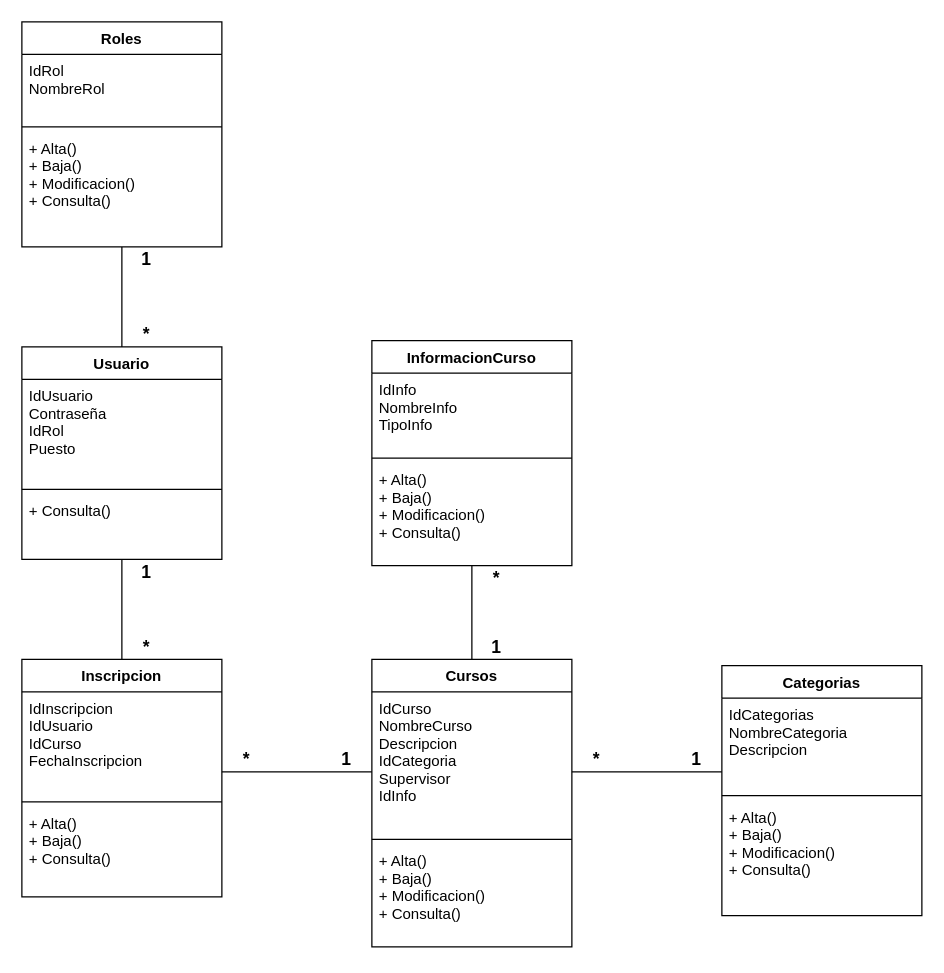
The draw.io diagram Unidad_2/C1.4_UML_Clases.drawio in GustavoValadez/An-lisis-Avanzado-Software, before the edit. Source tidied: cells renumbered, new cells numbered last; positions are measured from the earlier drawing's top-left corner, leaving out a move shared by most shapes. Both pictures are drawn from the tidied source at 125%, with x=0, y=0 at pixel (21, 21).
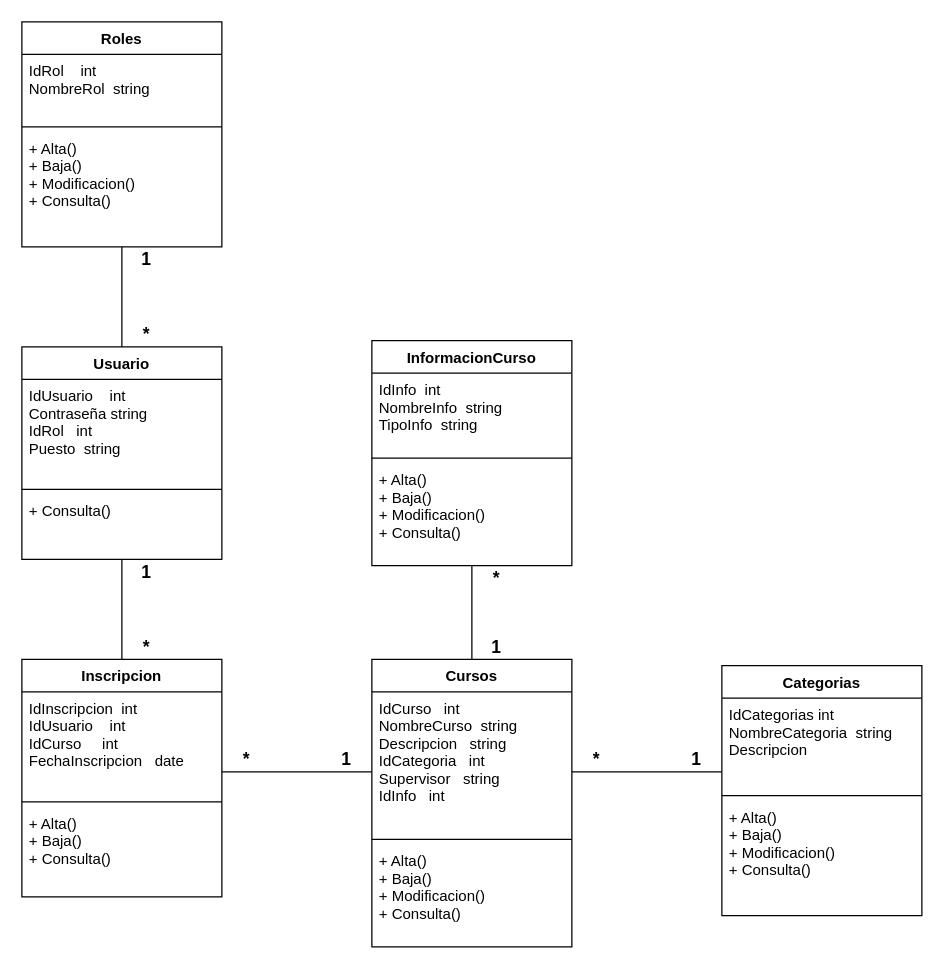
The same page after the edit.

The change refers to these unchanged cells:
```xml
<mxCell id="2" value="Roles" style="swimlane;fontStyle=1;align=center;verticalAlign=top;horizontal=1;startSize=26;" parent="1" vertex="1">
  <mxGeometry width="160" height="180" as="geometry" />
</mxCell>
<mxCell id="8" value="Usuario" style="swimlane;fontStyle=1;align=center;verticalAlign=top;horizontal=1;startSize=26;" parent="1" vertex="1">
  <mxGeometry y="260" width="160" height="170" as="geometry" />
</mxCell>
<mxCell id="13" value="Inscripcion" style="swimlane;fontStyle=1;align=center;verticalAlign=top;horizontal=1;startSize=26;" parent="1" vertex="1">
  <mxGeometry y="510" width="160" height="190" as="geometry" />
</mxCell>
<mxCell id="19" value="Cursos" style="swimlane;fontStyle=1;align=center;verticalAlign=top;horizontal=1;startSize=26;" parent="1" vertex="1">
  <mxGeometry x="280" y="510" width="160" height="230" as="geometry" />
</mxCell>
<mxCell id="23" value="InformacionCurso" style="swimlane;fontStyle=1;align=center;verticalAlign=top;horizontal=1;startSize=26;" parent="1" vertex="1">
  <mxGeometry x="280" y="255" width="160" height="180" as="geometry" />
</mxCell>
<mxCell id="27" value="Categorias" style="swimlane;fontStyle=1;align=center;verticalAlign=top;horizontal=1;startSize=26;" parent="1" vertex="1">
  <mxGeometry x="560" y="515" width="160" height="200" as="geometry" />
</mxCell>
```

Change to the diagram source:
```diff
@@
-    <mxCell id="3" value="IdRol&#10;NombreRol" style="text;strokeColor=none;fillColor=none;align=left;verticalAlign=top;spacingLeft=4;spacingRight=4;overflow=hidden;" parent="2" vertex="1">
+    <mxCell id="3" value="IdRol    int&#10;NombreRol  string" style="text;strokeColor=none;fillColor=none;align=left;verticalAlign=top;spacingLeft=4;spacingRight=4;overflow=hidden;" parent="2" vertex="1">
       <mxGeometry y="26" width="160" height="54" as="geometry" />
     </mxCell>
@@
-    <mxCell id="9" value="IdUsuario&#10;Contraseña&#10;IdRol&#10;Puesto" style="text;strokeColor=none;fillColor=none;align=left;verticalAlign=top;spacingLeft=4;spacingRight=4;overflow=hidden;" parent="8" vertex="1">
+    <mxCell id="9" value="IdUsuario    int &#10;Contraseña string&#10;IdRol   int&#10;Puesto  string" style="text;strokeColor=none;fillColor=none;align=left;verticalAlign=top;spacingLeft=4;spacingRight=4;overflow=hidden;" parent="8" vertex="1">
       <mxGeometry y="26" width="160" height="84" as="geometry" />
     </mxCell>
@@
-    <mxCell id="14" value="IdInscripcion&#10;IdUsuario&#10;IdCurso&#10;FechaInscripcion" style="text;strokeColor=none;fillColor=none;align=left;verticalAlign=top;spacingLeft=4;spacingRight=4;overflow=hidden;" parent="13" vertex="1">
+    <mxCell id="14" value="IdInscripcion  int&#10;IdUsuario    int&#10;IdCurso     int&#10;FechaInscripcion   date" style="text;strokeColor=none;fillColor=none;align=left;verticalAlign=top;spacingLeft=4;spacingRight=4;overflow=hidden;" parent="13" vertex="1">
       <mxGeometry y="26" width="160" height="84" as="geometry" />
     </mxCell>
@@
-    <mxCell id="20" value="IdCurso&#10;NombreCurso&#10;Descripcion&#10;IdCategoria&#10;Supervisor&#10;IdInfo&#10;" style="text;strokeColor=none;fillColor=none;align=left;verticalAlign=top;spacingLeft=4;spacingRight=4;overflow=hidden;" parent="19" vertex="1">
+    <mxCell id="20" value="IdCurso   int&#10;NombreCurso  string&#10;Descripcion   string&#10;IdCategoria   int&#10;Supervisor   string&#10;IdInfo   int&#10;" style="text;strokeColor=none;fillColor=none;align=left;verticalAlign=top;spacingLeft=4;spacingRight=4;overflow=hidden;" parent="19" vertex="1">
       <mxGeometry y="26" width="160" height="114" as="geometry" />
     </mxCell>
@@
-    <mxCell id="24" value="IdInfo&#10;NombreInfo&#10;TipoInfo" style="text;strokeColor=none;fillColor=none;align=left;verticalAlign=top;spacingLeft=4;spacingRight=4;overflow=hidden;" parent="23" vertex="1">
+    <mxCell id="24" value="IdInfo  int&#10;NombreInfo  string&#10;TipoInfo  string" style="text;strokeColor=none;fillColor=none;align=left;verticalAlign=top;spacingLeft=4;spacingRight=4;overflow=hidden;" parent="23" vertex="1">
       <mxGeometry y="26" width="160" height="64" as="geometry" />
     </mxCell>
@@
-    <mxCell id="28" value="IdCategorias&#10;NombreCategoria&#10;Descripcion" style="text;strokeColor=none;fillColor=none;align=left;verticalAlign=top;spacingLeft=4;spacingRight=4;overflow=hidden;" parent="27" vertex="1">
+    <mxCell id="28" value="IdCategorias int &#10;NombreCategoria  string&#10;Descripcion" style="text;strokeColor=none;fillColor=none;align=left;verticalAlign=top;spacingLeft=4;spacingRight=4;overflow=hidden;" parent="27" vertex="1">
       <mxGeometry y="26" width="160" height="74" as="geometry" />
     </mxCell>
```
